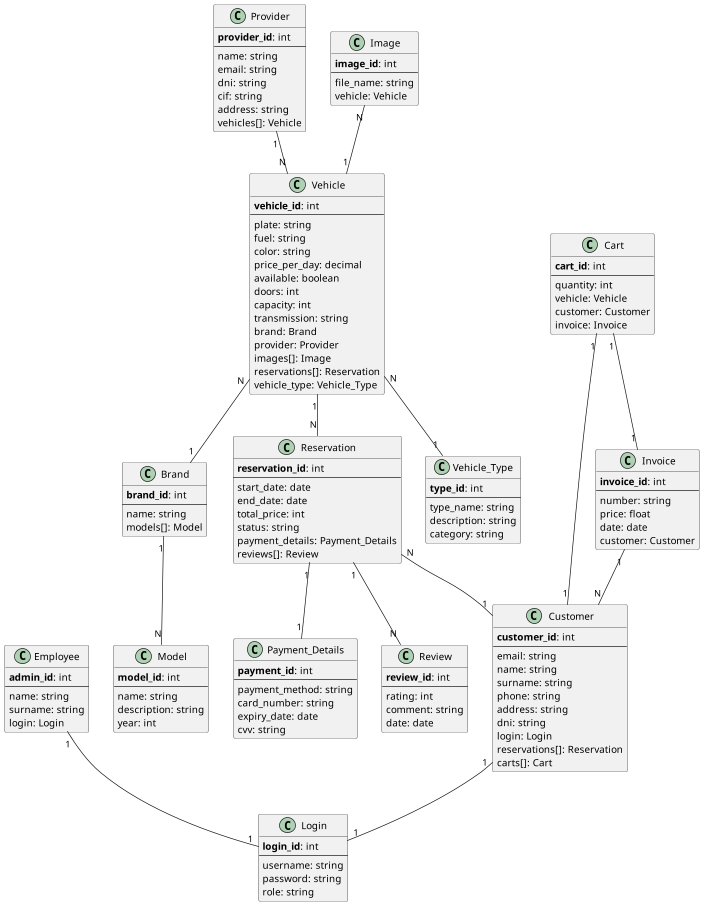
This is docs/LegacyMotorsModel.png from andreuador/LegacyMotors3.0, a PlantUML export, as it was before one commit.
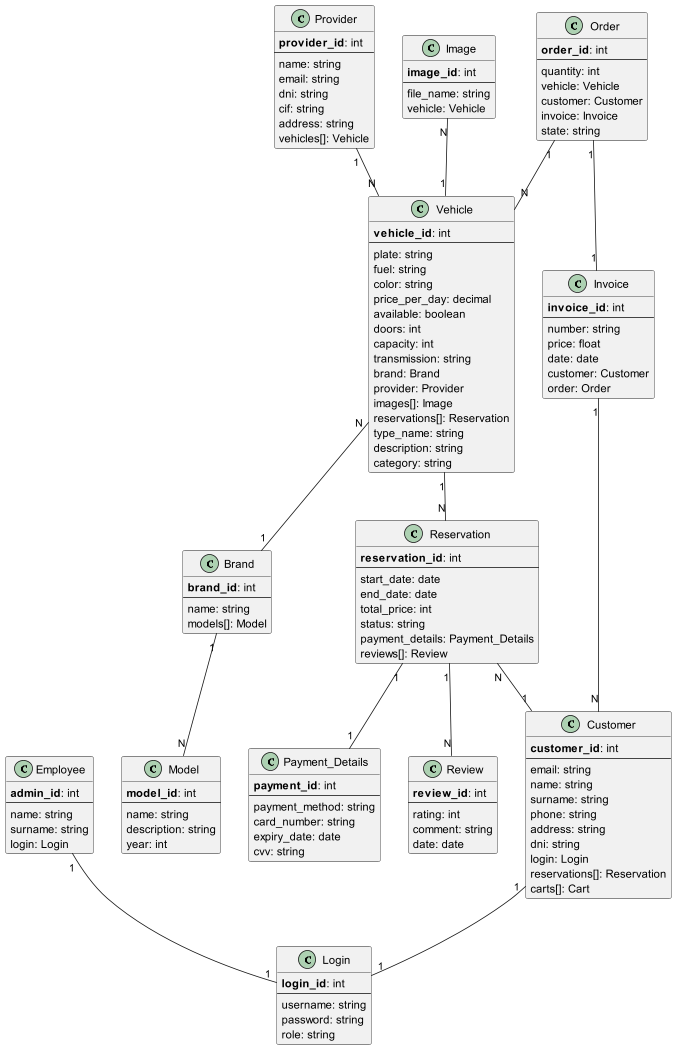
After the commit.

Commit message:
Modificat el model de dades. També s'ha creat el fixtures de employee

Diff of the diagram source:
```diff
@@ -59,7 +59,9 @@
     provider: Provider
     images[]: Image
     reservations[]: Reservation
-    vehicle_type: Vehicle_Type
+    type_name: string
+    description: string
+    category: string
 }
 
 Table(Brand, brand) {
@@ -105,21 +107,14 @@
     date: date
 }
 
-Table(Vehicle_Type, vehicle_type) {
-    primary_key(type_id): int
-    --
-    type_name: string
-    description: string
-    category: string
-}
-
-Table(Cart, cart) {
-    primary_key(cart_id): int
+Table(Order, order) {
+    primary_key(order_id): int
     --
     quantity: int
     vehicle: Vehicle
     customer: Customer
     invoice: Invoice
+    state: string
 }
 
 Table(Image, image) {
@@ -136,6 +131,7 @@
     price: float
     date: date
     customer: Customer
+    order: Order
 }
 
 Customer "1" -- "1" Login
@@ -143,14 +139,13 @@
 Provider "1" -- "N" Vehicle
 Vehicle "N" -- "1" Brand
 Brand "1" -- "N" Model
-Vehicle "N" -- "1" Vehicle_Type
 Reservation "N" -- "1" Customer
 Reservation "1" -- "1" Payment_Details
 Reservation "1" -- "N" Review
-Cart "1" -- "1" Customer
-Cart "1" -- "1" Invoice
 Vehicle "1" -- "N" Reservation
 Image "N" -- "1" Vehicle
 Invoice "1" -- "N" Customer
+Order "1" -- "N" Vehicle
+Order "1" -- "1" Invoice
 
 @enduml
```
